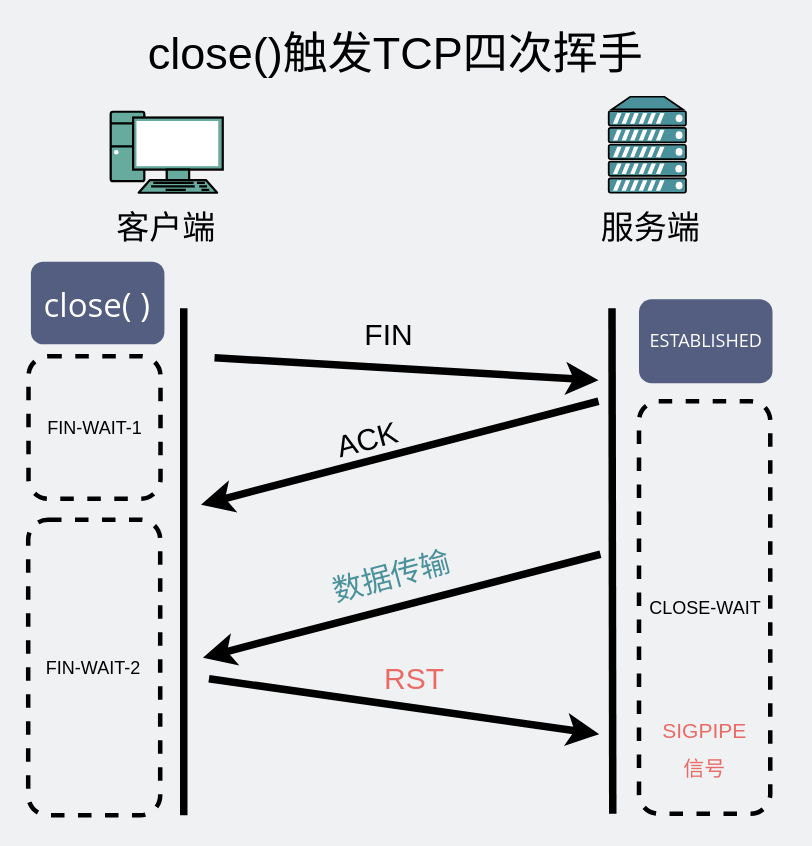
xiaobaiTech/image keeps this draw.io diagram as network/close()触发TCP四次挥手.drawio. Above is the earlier version. Source tidied: cells renumbered, new cells numbered last; positions are measured from the earlier drawing's top-left corner, leaving out a move shared by most shapes. Both pictures are drawn from the tidied source at 150%, with x=0, y=0 at pixel (27, 32).
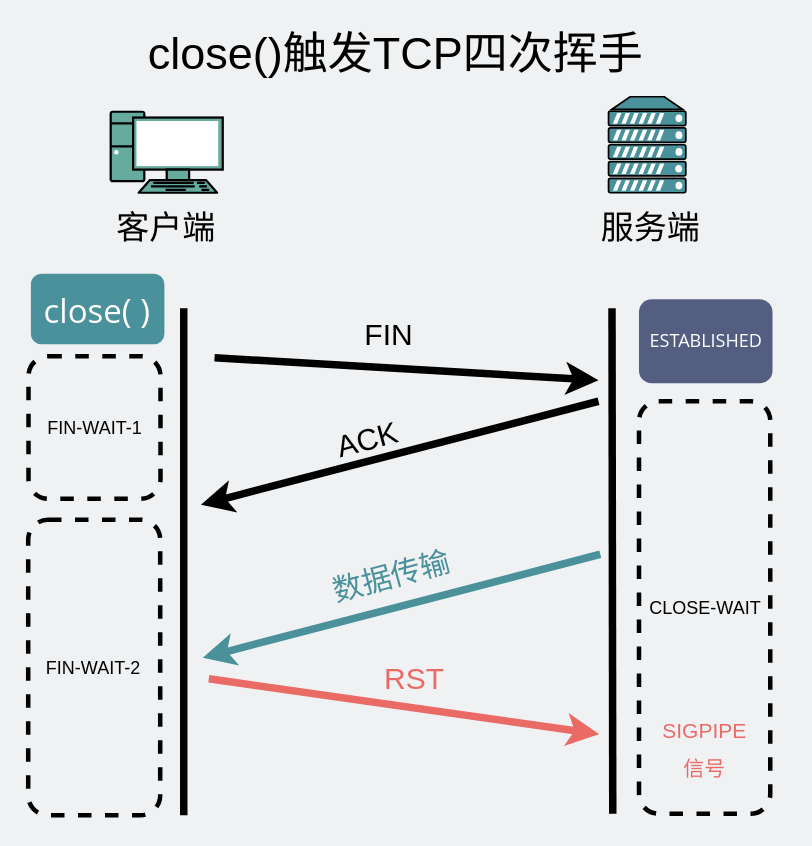
The same page after the edit.

Commit message:
Update close()触发TCP四次挥手.drawio

What changed in the source:
```diff
@@
     <mxCell id="4" style="fontColor=#0066CC;verticalAlign=top;verticalLabelPosition=bottom;labelPosition=center;align=center;html=1;gradientColor=none;gradientDirection=north;strokeWidth=2;shape=mxgraph.networks.server;fillColor=#4A919B;" parent="1" vertex="1">
-      <mxGeometry x="387.3" y="43" width="51.5" height="64" as="geometry" />
+      <mxGeometry x="387.2" y="43" width="51.5" height="64" as="geometry" />
     </mxCell>
     <mxCell id="5" value="服务端" style="text;html=1;strokeColor=none;fillColor=none;align=center;verticalAlign=middle;whiteSpace=wrap;rounded=0;fontSize=22;" parent="1" vertex="1">
-      <mxGeometry x="326.3" y="121" width="179" height="20" as="geometry" />
+      <mxGeometry x="326.2" y="121" width="179" height="20" as="geometry" />
     </mxCell>
@@
-    <mxCell id="11" style="endArrow=classic;html=1;strokeWidth=5;" parent="1" edge="1">
+    <mxCell id="11" style="endArrow=classic;html=1;strokeWidth=5;strokeColor=#EA6B66;" parent="1" edge="1">
       <mxGeometry relative="1" as="geometry">
-        <mxPoint x="120.8" y="431" as="sourcePoint" />
+        <mxPoint x="120.7" y="431" as="sourcePoint" />
         <mxPoint x="381" y="468" as="targetPoint" />
       </mxGeometry>
     </mxCell>
@@
-    <mxCell id="18" style="endArrow=none;html=1;strokeWidth=5;startArrow=classic;startFill=1;endFill=0;" parent="1" edge="1">
+    <mxCell id="18" style="endArrow=none;html=1;strokeWidth=5;startArrow=classic;startFill=1;endFill=0;strokeColor=#4A919B;" parent="1" edge="1">
       <mxGeometry relative="1" as="geometry">
-        <mxPoint x="116.8" y="417" as="sourcePoint" />
-        <mxPoint x="381.8" y="348" as="targetPoint" />
+        <mxPoint x="116.7" y="417" as="sourcePoint" />
+        <mxPoint x="381.7" y="348" as="targetPoint" />
       </mxGeometry>
     </mxCell>
@@
-    <mxCell id="21" value="&lt;span style=&quot;font-family: &amp;#34;open sans&amp;#34; , &amp;#34;clear sans&amp;#34; , &amp;#34;helvetica neue&amp;#34; , &amp;#34;helvetica&amp;#34; , &amp;#34;arial&amp;#34; , sans-serif&quot;&gt;&lt;font style=&quot;font-size: 22px&quot;&gt;close( )&lt;/font&gt;&lt;/span&gt;&lt;span style=&quot;font-family: &amp;#34;open sans&amp;#34; , &amp;#34;clear sans&amp;#34; , &amp;#34;helvetica neue&amp;#34; , &amp;#34;helvetica&amp;#34; , &amp;#34;arial&amp;#34; , sans-serif&quot;&gt;&lt;font&gt;&lt;br&gt;&lt;/font&gt;&lt;/span&gt;" style="rounded=1;whiteSpace=wrap;html=1;dashed=1;strokeWidth=3;fillColor=#535E80;strokeColor=none;fontColor=#FFFFFF;" parent="1" vertex="1">
-      <mxGeometry x="2.1" y="153" width="89" height="55" as="geometry" />
+    <mxCell id="21" value="&lt;span style=&quot;font-family: &amp;#34;open sans&amp;#34; , &amp;#34;clear sans&amp;#34; , &amp;#34;helvetica neue&amp;#34; , &amp;#34;helvetica&amp;#34; , &amp;#34;arial&amp;#34; , sans-serif&quot;&gt;&lt;font style=&quot;font-size: 22px&quot;&gt;close( )&lt;/font&gt;&lt;/span&gt;&lt;span style=&quot;font-family: &amp;#34;open sans&amp;#34; , &amp;#34;clear sans&amp;#34; , &amp;#34;helvetica neue&amp;#34; , &amp;#34;helvetica&amp;#34; , &amp;#34;arial&amp;#34; , sans-serif&quot;&gt;&lt;font&gt;&lt;br&gt;&lt;/font&gt;&lt;/span&gt;" style="rounded=1;whiteSpace=wrap;html=1;dashed=1;strokeWidth=3;strokeColor=none;fontColor=#FFFFFF;fillColor=#4A919B;" parent="1" vertex="1">
+      <mxGeometry x="2.1" y="161" width="89" height="47" as="geometry" />
     </mxCell>
```
